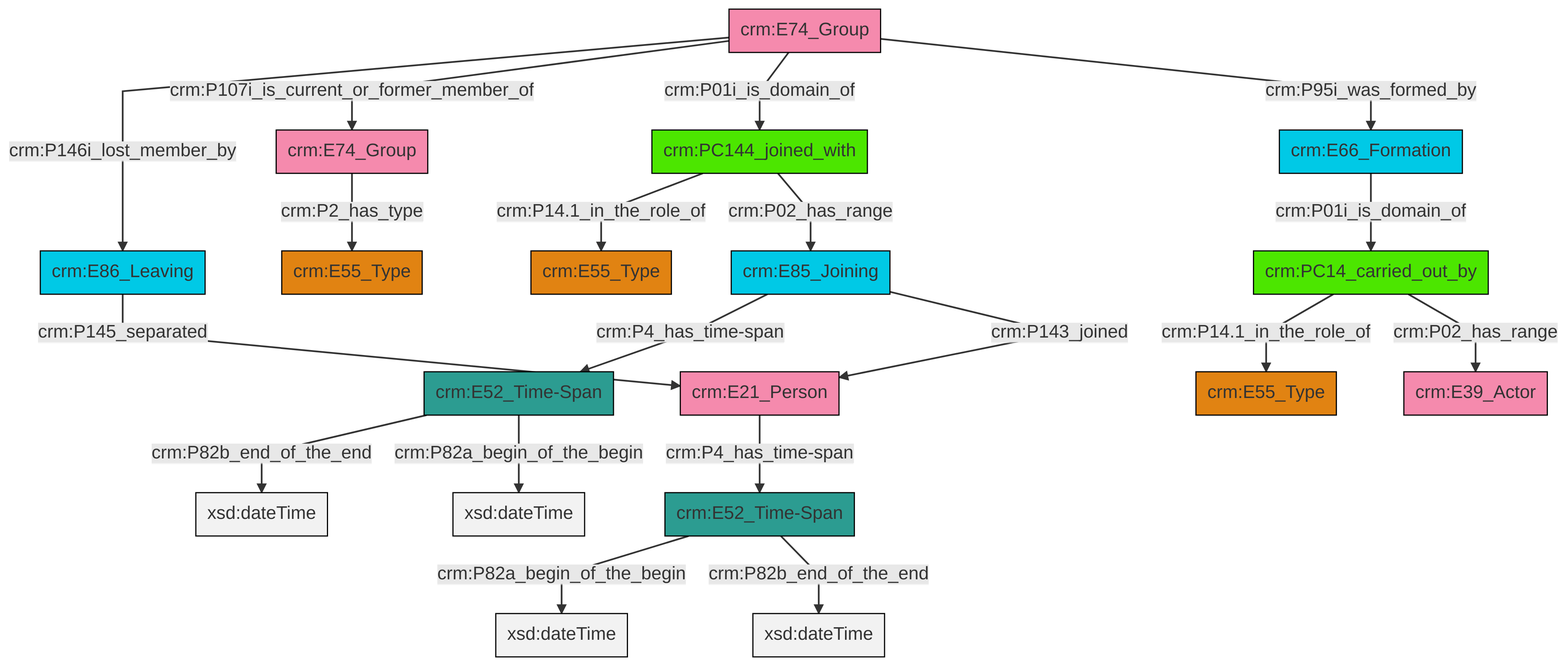
swiss-art-research-net/reference-data-models keeps this Mermaid diagram as et/groupCSV/ttl/mmd/png/group_actor_relations.png. Above is the earlier version. Its source is kept beside it as et/groupCSV/ttl/mmd/group_actor_relations.ttl.mmd.
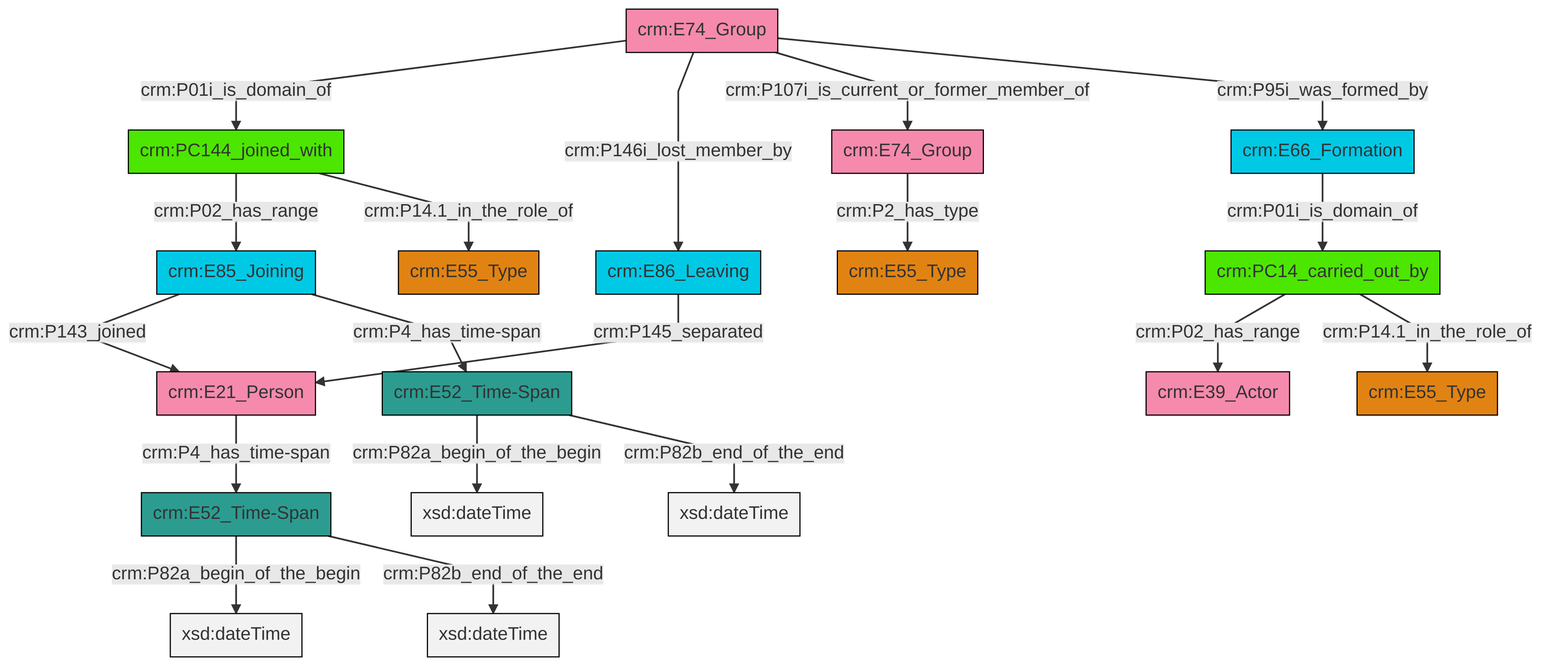
Later version of the same file.

What changed in the source:
```diff
@@ -13,21 +13,21 @@
 classDef PC_Classes fill:#4ce600, stroke:#000000;
 classDef Multi fill:#cccccc,stroke:#000000;
 
-6["crm:PC14_carried_out_by"]:::PC_Classes -->|crm:P14.1_in_the_role_of| 4["crm:E55_Type"]:::Type
-9["crm:E66_Formation"]:::Temporal_Entity -->|crm:P01i_is_domain_of| 6["crm:PC14_carried_out_by"]:::PC_Classes
+0["crm:PC14_carried_out_by"]:::PC_Classes -->|crm:P02_has_range| 1["crm:E39_Actor"]:::Actor
+6["crm:E74_Group"]:::Actor -->|crm:P2_has_type| 4["crm:E55_Type"]:::Type
+7["crm:E86_Leaving"]:::Temporal_Entity -->|crm:P145_separated| 8["crm:E21_Person"]:::Actor
+13["crm:E74_Group"]:::Actor -->|crm:P01i_is_domain_of| 14["crm:PC144_joined_with"]:::PC_Classes
+11["crm:E66_Formation"]:::Temporal_Entity -->|crm:P01i_is_domain_of| 0["crm:PC14_carried_out_by"]:::PC_Classes
+0["crm:PC14_carried_out_by"]:::PC_Classes -->|crm:P14.1_in_the_role_of| 15["crm:E55_Type"]:::Type
+13["crm:E74_Group"]:::Actor -->|crm:P146i_lost_member_by| 7["crm:E86_Leaving"]:::Temporal_Entity
+14["crm:PC144_joined_with"]:::PC_Classes -->|crm:P02_has_range| 21["crm:E85_Joining"]:::Temporal_Entity
+22["crm:E52_Time-Span"]:::Time-Span -->|crm:P82a_begin_of_the_begin| 23[xsd:dateTime]:::Literal
+13["crm:E74_Group"]:::Actor -->|crm:P107i_is_current_or_former_member_of| 6["crm:E74_Group"]:::Actor
+21["crm:E85_Joining"]:::Temporal_Entity -->|crm:P143_joined| 8["crm:E21_Person"]:::Actor
+21["crm:E85_Joining"]:::Temporal_Entity -->|crm:P4_has_time-span| 22["crm:E52_Time-Span"]:::Time-Span
+22["crm:E52_Time-Span"]:::Time-Span -->|crm:P82b_end_of_the_end| 27[xsd:dateTime]:::Literal
+8["crm:E21_Person"]:::Actor -->|crm:P4_has_time-span| 17["crm:E52_Time-Span"]:::Time-Span
+17["crm:E52_Time-Span"]:::Time-Span -->|crm:P82a_begin_of_the_begin| 31[xsd:dateTime]:::Literal
 14["crm:PC144_joined_with"]:::PC_Classes -->|crm:P14.1_in_the_role_of| 2["crm:E55_Type"]:::Type
-15["crm:E74_Group"]:::Actor -->|crm:P146i_lost_member_by| 16["crm:E86_Leaving"]:::Temporal_Entity
-0["crm:E52_Time-Span"]:::Time-Span -->|crm:P82b_end_of_the_end| 19[xsd:dateTime]:::Literal
-0["crm:E52_Time-Span"]:::Time-Span -->|crm:P82a_begin_of_the_begin| 20[xsd:dateTime]:::Literal
-21["crm:E21_Person"]:::Actor -->|crm:P4_has_time-span| 10["crm:E52_Time-Span"]:::Time-Span
-7["crm:E85_Joining"]:::Temporal_Entity -->|crm:P4_has_time-span| 0["crm:E52_Time-Span"]:::Time-Span
-6["crm:PC14_carried_out_by"]:::PC_Classes -->|crm:P02_has_range| 12["crm:E39_Actor"]:::Actor
-7["crm:E85_Joining"]:::Temporal_Entity -->|crm:P143_joined| 21["crm:E21_Person"]:::Actor
-10["crm:E52_Time-Span"]:::Time-Span -->|crm:P82a_begin_of_the_begin| 29[xsd:dateTime]:::Literal
-15["crm:E74_Group"]:::Actor -->|crm:P107i_is_current_or_former_member_of| 17["crm:E74_Group"]:::Actor
-10["crm:E52_Time-Span"]:::Time-Span -->|crm:P82b_end_of_the_end| 32[xsd:dateTime]:::Literal
-15["crm:E74_Group"]:::Actor -->|crm:P01i_is_domain_of| 14["crm:PC144_joined_with"]:::PC_Classes
-16["crm:E86_Leaving"]:::Temporal_Entity -->|crm:P145_separated| 21["crm:E21_Person"]:::Actor
-17["crm:E74_Group"]:::Actor -->|crm:P2_has_type| 24["crm:E55_Type"]:::Type
-15["crm:E74_Group"]:::Actor -->|crm:P95i_was_formed_by| 9["crm:E66_Formation"]:::Temporal_Entity
-14["crm:PC144_joined_with"]:::PC_Classes -->|crm:P02_has_range| 7["crm:E85_Joining"]:::Temporal_Entity
+17["crm:E52_Time-Span"]:::Time-Span -->|crm:P82b_end_of_the_end| 34[xsd:dateTime]:::Literal
+13["crm:E74_Group"]:::Actor -->|crm:P95i_was_formed_by| 11["crm:E66_Formation"]:::Temporal_Entity
```
